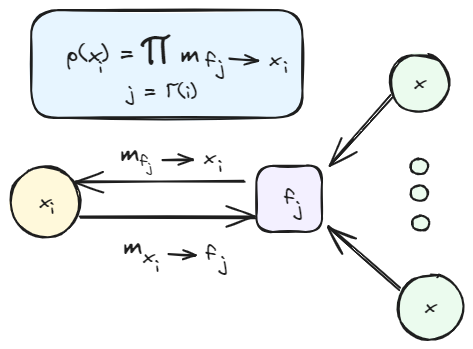
The Excalidraw diagram diplom/assets/math/discrete/message_passing.excalidraw.png in NMashalov/EducationGenerativeModelApplication, before a commit. Source tidied: one line per element, renumbered; positions are measured from the earlier drawing's top-left corner, leaving out a move shared by most shapes.
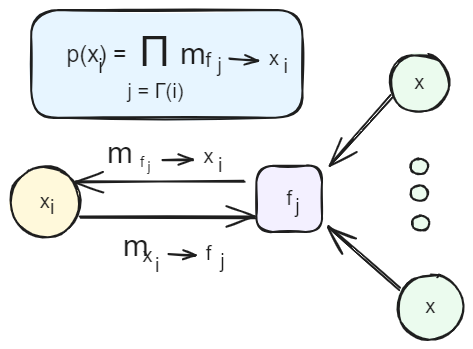
The same file after the commit.

The edit, as a diff of the source:
```diff
@@ -1,40 +1,40 @@
 {"id": 0, "type": "rectangle", "strokeColor": "#1e1e1e", "backgroundColor": "#e7f5ff", "fillStyle": "solid", "strokeWidth": 2, "roughness": 1, "round": true, "x": 21, "y": 0, "width": 271, "height": 108}
 {"id": 1, "type": "rectangle", "strokeColor": "#1e1e1e", "backgroundColor": "#f3f0ff", "fillStyle": "solid", "strokeWidth": 2, "roughness": 1, "round": true, "x": 246, "y": 156, "width": 66, "height": 66}
-{"id": 2, "type": "text", "text": "f", "strokeColor": "#1e1e1e", "strokeWidth": 2, "roughness": 1, "fontSize": 20, "fontFamily": 1, "textAlign": "center", "verticalAlign": "middle", "inside": 1, "x": 274, "y": 176, "width": 10, "height": 25}
+{"id": 2, "type": "text", "text": "f", "strokeColor": "#1e1e1e", "strokeWidth": 2, "roughness": 1, "fontSize": 20, "fontFamily": 2, "textAlign": "center", "verticalAlign": "middle", "inside": 1, "x": 276, "y": 177, "width": 6, "height": 23}
 {"id": 3, "type": "ellipse", "strokeColor": "#1e1e1e", "backgroundColor": "#ebfbee", "fillStyle": "solid", "strokeWidth": 2, "roughness": 1, "round": true, "x": 380, "y": 43, "width": 59, "height": 59}
-{"id": 4, "type": "text", "text": "x", "strokeColor": "#1e1e1e", "backgroundColor": "#fff9db", "fillStyle": "solid", "strokeWidth": 2, "roughness": 1, "fontSize": 20, "fontFamily": 1, "textAlign": "center", "verticalAlign": "middle", "inside": 3, "x": 404, "y": 60, "width": 11, "height": 25}
+{"id": 4, "type": "text", "text": "x", "strokeColor": "#1e1e1e", "backgroundColor": "#fff9db", "fillStyle": "solid", "strokeWidth": 2, "roughness": 1, "fontSize": 20, "fontFamily": 2, "textAlign": "center", "verticalAlign": "middle", "inside": 3, "x": 404, "y": 61, "width": 10, "height": 23}
 {"id": 5, "type": "ellipse", "strokeColor": "#1e1e1e", "backgroundColor": "#fff9db", "fillStyle": "solid", "strokeWidth": 2, "roughness": 1, "round": true, "x": 0, "y": 157, "width": 70, "height": 70}
-{"id": 6, "type": "text", "text": "x", "strokeColor": "#1e1e1e", "strokeWidth": 2, "roughness": 1, "fontSize": 20, "fontFamily": 1, "textAlign": "center", "verticalAlign": "middle", "inside": 5, "x": 29, "y": 179, "width": 11, "height": 25}
+{"id": 6, "type": "text", "text": "x", "strokeColor": "#1e1e1e", "strokeWidth": 2, "roughness": 1, "fontSize": 20, "fontFamily": 2, "textAlign": "center", "verticalAlign": "middle", "inside": 5, "x": 30, "y": 180, "width": 10, "height": 23}
 {"id": 7, "type": "arrow", "strokeColor": "#1e1e1e", "strokeWidth": 2, "roughness": 1, "endArrowhead": "arrow", "round": true, "from": 1, "to": 5, "x": 233, "y": 172, "width": 168, "height": 0, "points": [[0, 0], [-168, 0]]}
 {"id": 8, "type": "arrow", "strokeColor": "#1e1e1e", "strokeWidth": 2, "roughness": 1, "endArrowhead": "arrow", "round": true, "from": 5, "to": 1, "x": 70, "y": 208, "width": 174, "height": 0, "points": [[0, 0], [174, 0]]}
 {"id": 9, "type": "arrow", "strokeColor": "#1e1e1e", "strokeWidth": 2, "roughness": 1, "endArrowhead": "arrow", "round": true, "from": 3, "to": 1, "x": 381, "y": 86, "width": 62, "height": 69, "points": [[0, 0], [-62, 69]]}
 {"id": 10, "type": "arrow", "strokeColor": "#1e1e1e", "strokeWidth": 2, "roughness": 1, "endArrowhead": "arrow", "round": true, "from": 11, "to": 1, "x": 389, "y": 278, "width": 71, "height": 62, "points": [[0, 0], [-71, -62]]}
 {"id": 11, "type": "ellipse", "strokeColor": "#1e1e1e", "backgroundColor": "#ebfbee", "fillStyle": "solid", "strokeWidth": 2, "roughness": 1, "round": true, "x": 388, "y": 264, "width": 66, "height": 66}
-{"id": 12, "type": "text", "text": "x", "strokeColor": "#1e1e1e", "backgroundColor": "#fff9db", "fillStyle": "solid", "strokeWidth": 2, "roughness": 1, "fontSize": 20, "fontFamily": 1, "textAlign": "center", "verticalAlign": "middle", "inside": 11, "x": 415, "y": 284, "width": 11, "height": 25}
+{"id": 12, "type": "text", "text": "x", "strokeColor": "#1e1e1e", "backgroundColor": "#fff9db", "fillStyle": "solid", "strokeWidth": 2, "roughness": 1, "fontSize": 20, "fontFamily": 2, "textAlign": "center", "verticalAlign": "middle", "inside": 11, "x": 415, "y": 285, "width": 10, "height": 23}
-{"id": 13, "type": "text", "text": "m", "strokeColor": "#1e1e1e", "backgroundColor": "#fff9db", "fillStyle": "solid", "strokeWidth": 2, "roughness": 1, "fontSize": 31.37, "fontFamily": 1, "x": 110, "y": 124, "width": 20, "height": 39}
+{"id": 13, "type": "text", "text": "m", "strokeColor": "#1e1e1e", "backgroundColor": "#fff9db", "fillStyle": "solid", "strokeWidth": 2, "roughness": 1, "fontSize": 31.37, "fontFamily": 2, "x": 97, "y": 124, "width": 26, "height": 36}
-{"id": 14, "type": "text", "text": "j", "strokeColor": "#1e1e1e", "backgroundColor": "#fff9db", "fillStyle": "solid", "strokeWidth": 2, "roughness": 1, "fontSize": 12.93, "fontFamily": 1, "x": 138, "y": 149, "width": 4, "height": 16}
+{"id": 14, "type": "text", "text": "j", "strokeColor": "#1e1e1e", "backgroundColor": "#fff9db", "fillStyle": "solid", "strokeWidth": 2, "roughness": 1, "fontSize": 12.93, "fontFamily": 2, "x": 138, "y": 149, "width": 3, "height": 15}
 {"id": 15, "type": "ellipse", "strokeColor": "#1e1e1e", "backgroundColor": "#ebfbee", "fillStyle": "solid", "strokeWidth": 2, "roughness": 1, "round": true, "x": 400, "y": 149, "width": 18, "height": 15}
 {"id": 16, "type": "ellipse", "strokeColor": "#1e1e1e", "backgroundColor": "#ebfbee", "fillStyle": "solid", "strokeWidth": 2, "roughness": 1, "round": true, "x": 400, "y": 175, "width": 18, "height": 15}
 {"id": 17, "type": "ellipse", "strokeColor": "#1e1e1e", "backgroundColor": "#ebfbee", "fillStyle": "solid", "strokeWidth": 2, "roughness": 1, "round": true, "x": 402, "y": 205, "width": 18, "height": 15}
-{"id": 18, "type": "text", "text": "i", "strokeColor": "#1e1e1e", "backgroundColor": "#fff9db", "fillStyle": "solid", "strokeWidth": 2, "roughness": 1, "fontSize": 20, "fontFamily": 1, "x": 40, "y": 186, "width": 4, "height": 25}
+{"id": 18, "type": "text", "text": "i", "strokeColor": "#1e1e1e", "backgroundColor": "#fff9db", "fillStyle": "solid", "strokeWidth": 2, "roughness": 1, "fontSize": 20, "fontFamily": 2, "x": 40, "y": 186, "width": 4, "height": 23}
-{"id": 19, "type": "text", "text": "j", "strokeColor": "#1e1e1e", "backgroundColor": "#fff9db", "fillStyle": "solid", "strokeWidth": 2, "roughness": 1, "fontSize": 20, "fontFamily": 1, "x": 285, "y": 185, "width": 7, "height": 25}
+{"id": 19, "type": "text", "text": "j", "strokeColor": "#1e1e1e", "backgroundColor": "#fff9db", "fillStyle": "solid", "strokeWidth": 2, "roughness": 1, "fontSize": 20, "fontFamily": 2, "x": 285, "y": 185, "width": 4, "height": 23}
-{"id": 20, "type": "text", "text": "x", "strokeColor": "#1e1e1e", "backgroundColor": "#ebfbee", "fillStyle": "solid", "strokeWidth": 2, "roughness": 1, "fontSize": 20, "fontFamily": 1, "x": 193, "y": 135, "width": 11, "height": 25}
+{"id": 20, "type": "text", "text": "x", "strokeColor": "#1e1e1e", "backgroundColor": "#ebfbee", "fillStyle": "solid", "strokeWidth": 2, "roughness": 1, "fontSize": 20, "fontFamily": 2, "x": 193, "y": 135, "width": 10, "height": 23}
 {"id": 21, "type": "arrow", "strokeColor": "#1e1e1e", "backgroundColor": "#ebfbee", "fillStyle": "solid", "strokeWidth": 2, "roughness": 1, "endArrowhead": "arrow", "round": true, "from": 22, "to": 20, "x": 152, "y": 150, "width": 30, "height": 0, "points": [[0, 0], [30, 0]]}
-{"id": 22, "type": "text", "text": "f", "strokeColor": "#1e1e1e", "backgroundColor": "#ebfbee", "fillStyle": "solid", "strokeWidth": 2, "roughness": 1, "fontSize": 15.05, "fontFamily": 1, "x": 130, "y": 143, "width": 7, "height": 19}
+{"id": 22, "type": "text", "text": "f", "strokeColor": "#1e1e1e", "backgroundColor": "#ebfbee", "fillStyle": "solid", "strokeWidth": 2, "roughness": 1, "fontSize": 15.05, "fontFamily": 2, "x": 130, "y": 143, "width": 4, "height": 17}
-{"id": 23, "type": "text", "text": "i", "strokeColor": "#1e1e1e", "backgroundColor": "#fff9db", "fillStyle": "solid", "strokeWidth": 2, "roughness": 1, "fontSize": 20, "fontFamily": 1, "x": 208, "y": 144, "width": 4, "height": 25}
+{"id": 23, "type": "text", "text": "i", "strokeColor": "#1e1e1e", "backgroundColor": "#fff9db", "fillStyle": "solid", "strokeWidth": 2, "roughness": 1, "fontSize": 20, "fontFamily": 2, "x": 208, "y": 144, "width": 4, "height": 23}
-{"id": 24, "type": "text", "text": "m", "strokeColor": "#1e1e1e", "backgroundColor": "#fff9db", "fillStyle": "solid", "strokeWidth": 2, "roughness": 1, "fontSize": 31.37, "fontFamily": 1, "x": 113, "y": 217, "width": 20, "height": 39}
+{"id": 24, "type": "text", "text": "m", "strokeColor": "#1e1e1e", "backgroundColor": "#fff9db", "fillStyle": "solid", "strokeWidth": 2, "roughness": 1, "fontSize": 31.37, "fontFamily": 2, "x": 113, "y": 217, "width": 26, "height": 36}
-{"id": 25, "type": "text", "text": "i", "strokeColor": "#1e1e1e", "backgroundColor": "#fff9db", "fillStyle": "solid", "strokeWidth": 2, "roughness": 1, "fontSize": 20, "fontFamily": 1, "x": 145, "y": 244, "width": 4, "height": 25}
+{"id": 25, "type": "text", "text": "i", "strokeColor": "#1e1e1e", "backgroundColor": "#fff9db", "fillStyle": "solid", "strokeWidth": 2, "roughness": 1, "fontSize": 20, "fontFamily": 2, "x": 145, "y": 244, "width": 4, "height": 23}
-{"id": 26, "type": "text", "text": "f", "strokeColor": "#1e1e1e", "backgroundColor": "#ebfbee", "fillStyle": "solid", "strokeWidth": 2, "roughness": 1, "fontSize": 20, "fontFamily": 1, "x": 196, "y": 232, "width": 10, "height": 25}
+{"id": 26, "type": "text", "text": "f", "strokeColor": "#1e1e1e", "backgroundColor": "#ebfbee", "fillStyle": "solid", "strokeWidth": 2, "roughness": 1, "fontSize": 20, "fontFamily": 2, "x": 196, "y": 232, "width": 6, "height": 23}
 {"id": 27, "type": "arrow", "strokeColor": "#1e1e1e", "backgroundColor": "#ebfbee", "fillStyle": "solid", "strokeWidth": 2, "roughness": 1, "endArrowhead": "arrow", "round": true, "from": 28, "to": 26, "x": 159, "y": 244, "width": 26, "height": 2, "points": [[0, 0], [26, 2]]}
-{"id": 28, "type": "text", "text": "x", "strokeColor": "#1e1e1e", "backgroundColor": "#ebfbee", "fillStyle": "solid", "strokeWidth": 2, "roughness": 1, "fontSize": 20, "fontFamily": 1, "x": 132, "y": 234, "width": 11, "height": 25}
+{"id": 28, "type": "text", "text": "x", "strokeColor": "#1e1e1e", "backgroundColor": "#ebfbee", "fillStyle": "solid", "strokeWidth": 2, "roughness": 1, "fontSize": 20, "fontFamily": 2, "x": 132, "y": 234, "width": 10, "height": 23}
-{"id": 29, "type": "text", "text": "j", "strokeColor": "#1e1e1e", "backgroundColor": "#fff9db", "fillStyle": "solid", "strokeWidth": 2, "roughness": 1, "fontSize": 20, "fontFamily": 1, "x": 210, "y": 240, "width": 7, "height": 25}
+{"id": 29, "type": "text", "text": "j", "strokeColor": "#1e1e1e", "backgroundColor": "#fff9db", "fillStyle": "solid", "strokeWidth": 2, "roughness": 1, "fontSize": 20, "fontFamily": 2, "x": 210, "y": 240, "width": 4, "height": 23}
-{"id": 30, "type": "text", "text": "П", "strokeColor": "#1e1e1e", "backgroundColor": "#ebfbee", "fillStyle": "solid", "strokeWidth": 2, "roughness": 1, "fontSize": 42.48, "fontFamily": 1, "x": 129, "y": 17, "width": 32, "height": 53}
+{"id": 30, "type": "text", "text": "П", "strokeColor": "#1e1e1e", "backgroundColor": "#ebfbee", "fillStyle": "solid", "strokeWidth": 2, "roughness": 1, "fontSize": 42.48, "fontFamily": 2, "x": 129, "y": 17, "width": 31, "height": 49}
-{"id": 31, "type": "text", "text": "m", "strokeColor": "#1e1e1e", "backgroundColor": "#fff9db", "fillStyle": "solid", "strokeWidth": 2, "roughness": 1, "fontSize": 31.37, "fontFamily": 1, "x": 170, "y": 25, "width": 20, "height": 39}
+{"id": 31, "type": "text", "text": "m", "strokeColor": "#1e1e1e", "backgroundColor": "#fff9db", "fillStyle": "solid", "strokeWidth": 2, "roughness": 1, "fontSize": 31.37, "fontFamily": 2, "x": 170, "y": 25, "width": 26, "height": 36}
-{"id": 32, "type": "text", "text": "j", "strokeColor": "#1e1e1e", "backgroundColor": "#fff9db", "fillStyle": "solid", "strokeWidth": 2, "roughness": 1, "fontSize": 20, "fontFamily": 1, "x": 208, "y": 44, "width": 7, "height": 25}
+{"id": 32, "type": "text", "text": "j", "strokeColor": "#1e1e1e", "backgroundColor": "#fff9db", "fillStyle": "solid", "strokeWidth": 2, "roughness": 1, "fontSize": 20, "fontFamily": 2, "x": 208, "y": 44, "width": 4, "height": 23}
-{"id": 33, "type": "text", "text": "x", "strokeColor": "#1e1e1e", "backgroundColor": "#ebfbee", "fillStyle": "solid", "strokeWidth": 2, "roughness": 1, "fontSize": 20, "fontFamily": 1, "x": 259, "y": 37, "width": 11, "height": 25}
+{"id": 33, "type": "text", "text": "x", "strokeColor": "#1e1e1e", "backgroundColor": "#ebfbee", "fillStyle": "solid", "strokeWidth": 2, "roughness": 1, "fontSize": 20, "fontFamily": 2, "x": 259, "y": 37, "width": 10, "height": 23}
 {"id": 34, "type": "arrow", "strokeColor": "#1e1e1e", "backgroundColor": "#ebfbee", "fillStyle": "solid", "strokeWidth": 2, "roughness": 1, "endArrowhead": "arrow", "round": true, "from": 35, "to": 33, "x": 220, "y": 49, "width": 28, "height": 2, "points": [[0, 0], [28, 2]]}
-{"id": 35, "type": "text", "text": "f", "strokeColor": "#1e1e1e", "backgroundColor": "#ebfbee", "fillStyle": "solid", "strokeWidth": 2, "roughness": 1, "fontSize": 20, "fontFamily": 1, "x": 196, "y": 39, "width": 10, "height": 25}
+{"id": 35, "type": "text", "text": "f", "strokeColor": "#1e1e1e", "backgroundColor": "#ebfbee", "fillStyle": "solid", "strokeWidth": 2, "roughness": 1, "fontSize": 20, "fontFamily": 2, "x": 196, "y": 39, "width": 6, "height": 23}
-{"id": 36, "type": "text", "text": "i", "strokeColor": "#1e1e1e", "backgroundColor": "#fff9db", "fillStyle": "solid", "strokeWidth": 2, "roughness": 1, "fontSize": 20, "fontFamily": 1, "x": 273, "y": 45, "width": 4, "height": 25}
+{"id": 36, "type": "text", "text": "i", "strokeColor": "#1e1e1e", "backgroundColor": "#fff9db", "fillStyle": "solid", "strokeWidth": 2, "roughness": 1, "fontSize": 20, "fontFamily": 2, "x": 273, "y": 45, "width": 4, "height": 23}
-{"id": 37, "type": "text", "text": "j = Г(i)", "strokeColor": "#1e1e1e", "backgroundColor": "#fff9db", "fillStyle": "solid", "strokeWidth": 2, "roughness": 1, "fontSize": 20, "fontFamily": 1, "x": 117, "y": 70, "width": 69, "height": 25}
+{"id": 37, "type": "text", "text": "j = Г(i)", "strokeColor": "#1e1e1e", "backgroundColor": "#fff9db", "fillStyle": "solid", "strokeWidth": 2, "roughness": 1, "fontSize": 20, "fontFamily": 2, "x": 117, "y": 70, "width": 56, "height": 23}
-{"id": 38, "type": "text", "text": "p(x) =", "strokeColor": "#1e1e1e", "backgroundColor": "#fff9db", "fillStyle": "solid", "strokeWidth": 2, "roughness": 1, "fontSize": 23.21, "fontFamily": 1, "x": 57, "y": 31, "width": 68, "height": 29}
+{"id": 38, "type": "text", "text": "p(x) =", "strokeColor": "#1e1e1e", "backgroundColor": "#fff9db", "fillStyle": "solid", "strokeWidth": 2, "roughness": 1, "fontSize": 23.21, "fontFamily": 2, "x": 57, "y": 31, "width": 60, "height": 27}
-{"id": 39, "type": "text", "text": "i", "strokeColor": "#1e1e1e", "backgroundColor": "#fff9db", "fillStyle": "solid", "strokeWidth": 2, "roughness": 1, "fontSize": 20, "fontFamily": 1, "x": 88, "y": 45, "width": 4, "height": 25}
+{"id": 39, "type": "text", "text": "i", "strokeColor": "#1e1e1e", "backgroundColor": "#fff9db", "fillStyle": "solid", "strokeWidth": 2, "roughness": 1, "fontSize": 20, "fontFamily": 2, "x": 88, "y": 45, "width": 4, "height": 23}
```
